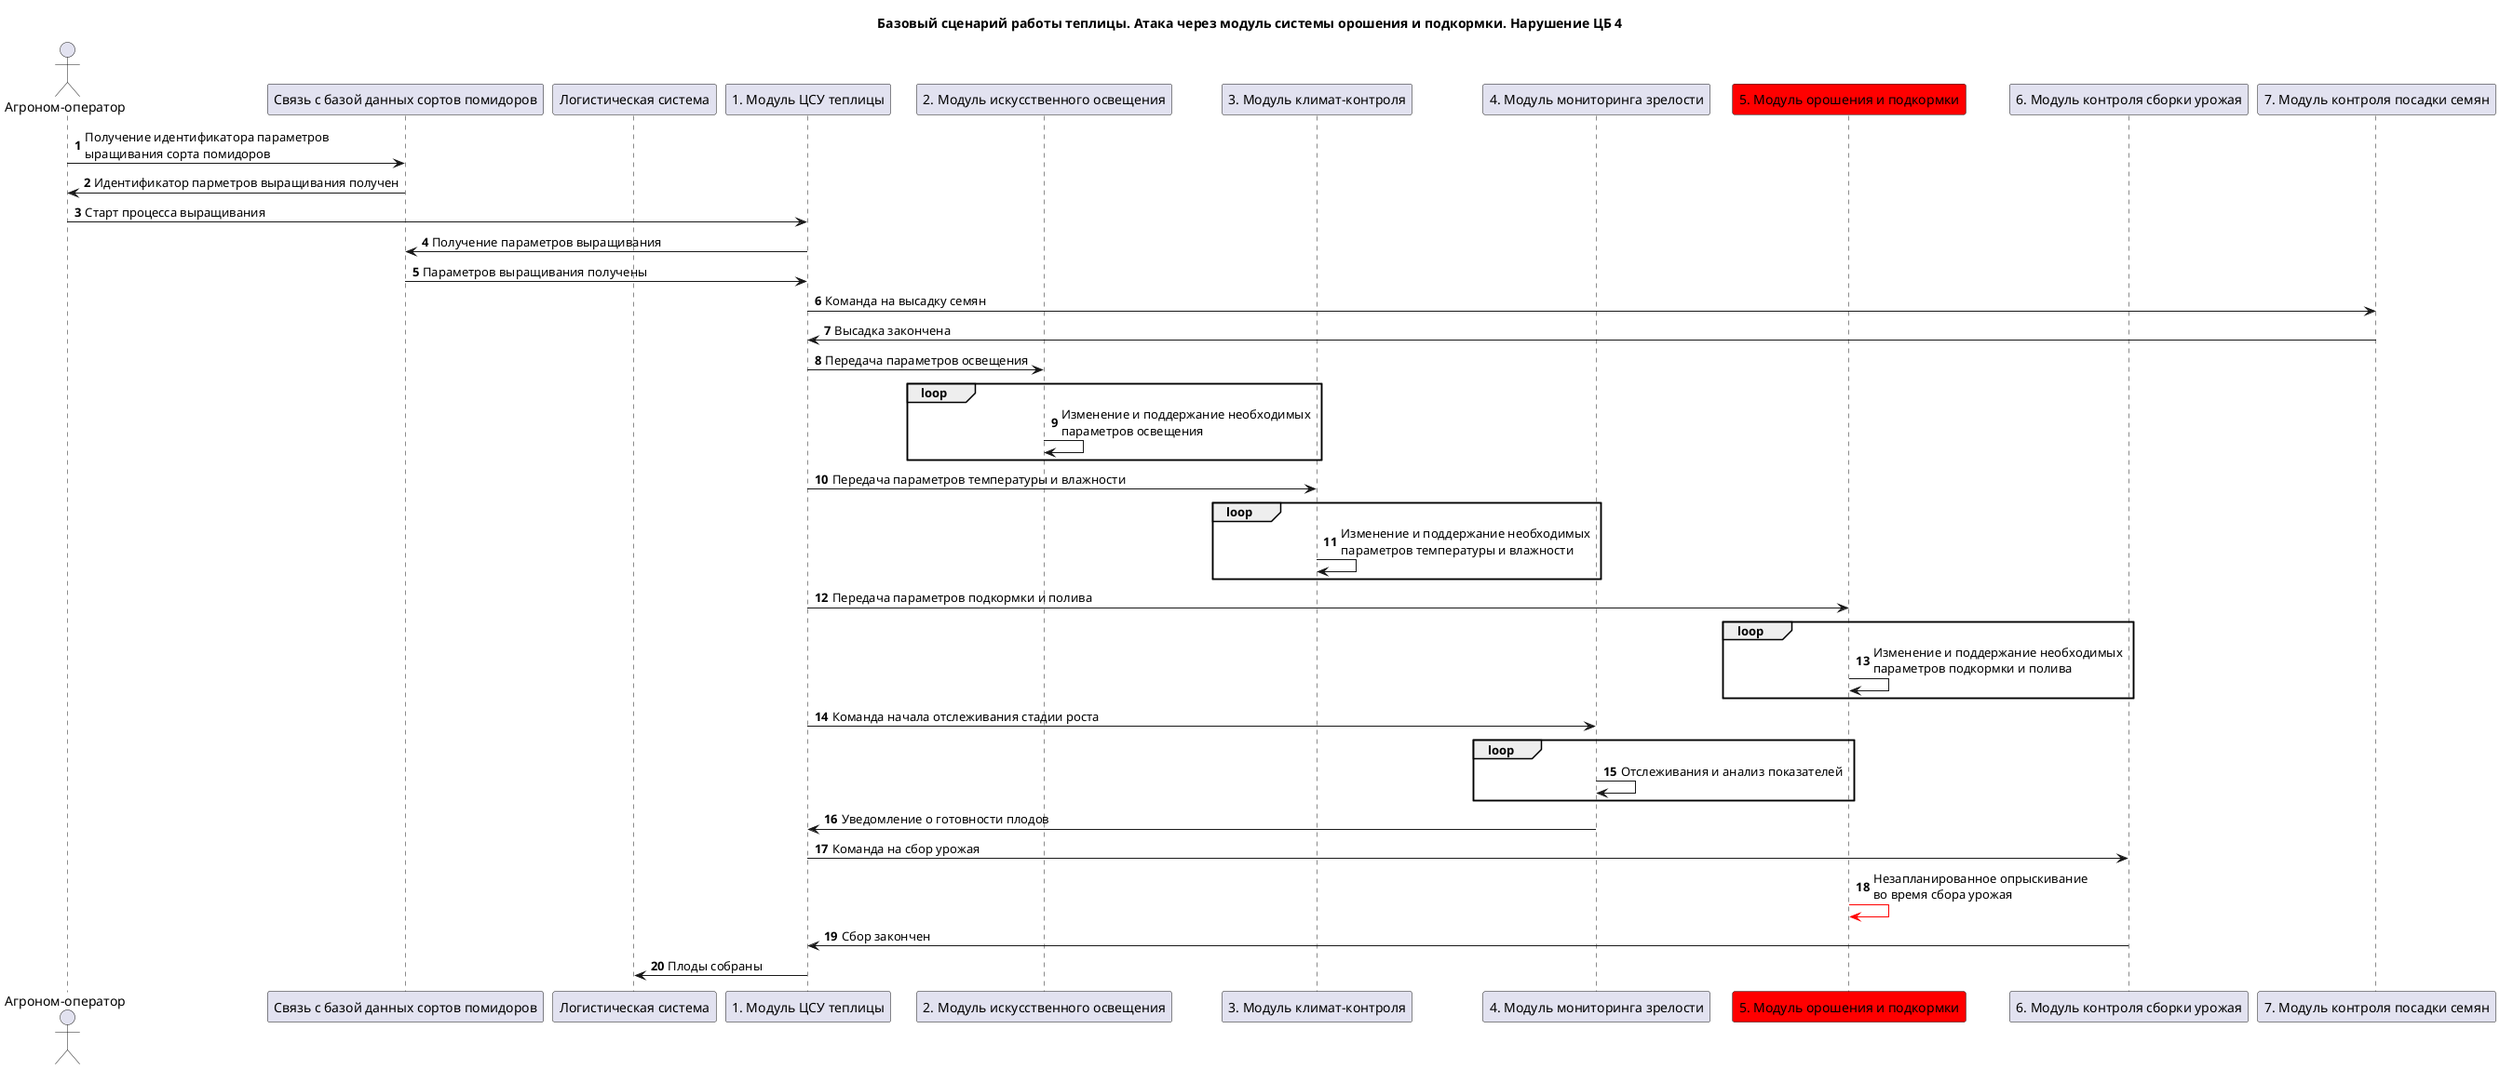
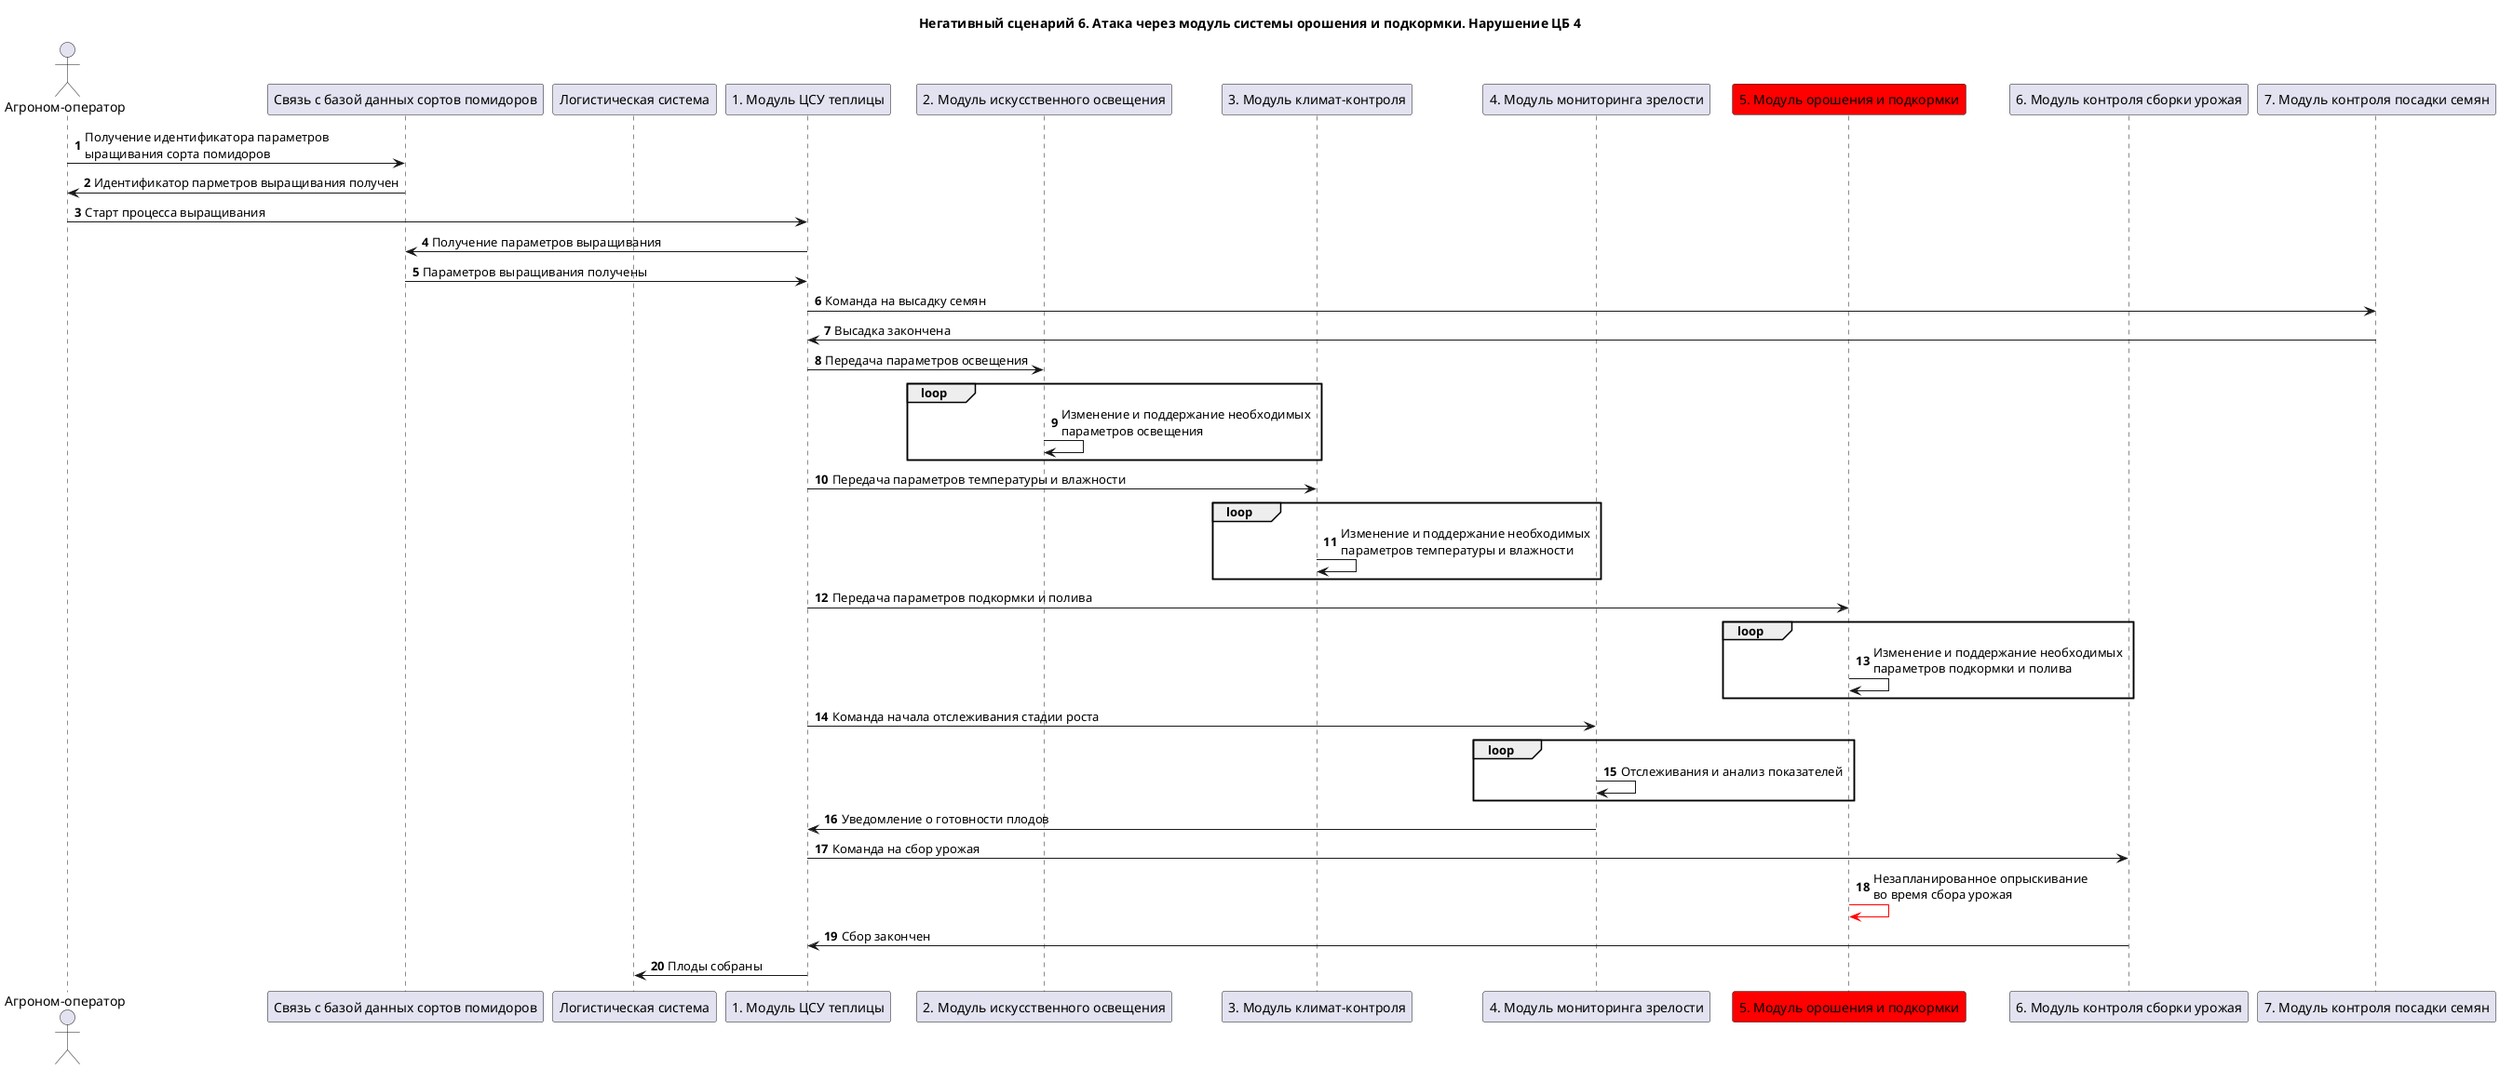
@startuml "ns-6"

- title "Базовый сценарий работы теплицы. Атака через модуль системы орошения и подкормки. Нарушение ЦБ 4"
+ title "Негативный сценарий 6. Атака через модуль системы орошения и подкормки. Нарушение ЦБ 4"

actor "Агроном-оператор" as operator
participant "Связь с базой данных сортов помидоров" as tomato_db
participant "Логистическая система" as logistics_system
participant "1. Модуль ЦСУ теплицы" as main_control_module
participant "2. Модуль искусственного освещения" as lighting_module
participant "3. Модуль климат-контроля" as climate_control_module
participant "4. Модуль мониторинга зрелости" as ripeness_monitor_module
participant "5. Модуль орошения и подкормки" as irrigation_module #red
participant "6. Модуль контроля сборки урожая" as harvesting_module
participant "7. Модуль контроля посадки семян" as planting_module

autonumber

operator -> tomato_db: Получение идентификатора параметров\nыращивания сорта помидоров
tomato_db -> operator: Идентификатор парметров выращивания получен

operator -> main_control_module: Старт процесса выращивания

main_control_module -> tomato_db: Получение параметров выращивания
tomato_db -> main_control_module: Параметров выращивания получены

main_control_module -> planting_module: Команда на высадку семян
planting_module -> main_control_module: Высадка закончена

main_control_module -> lighting_module: Передача параметров освещения
loop
lighting_module -> lighting_module: Изменение и поддержание необходимых\nпараметров освещения
end

main_control_module -> climate_control_module: Передача параметров температуры и влажности
loop
climate_control_module -> climate_control_module: Изменение и поддержание необходимых\nпараметров температуры и влажности
end

main_control_module -> irrigation_module: Передача параметров подкормки и полива
loop
irrigation_module -> irrigation_module: Изменение и поддержание необходимых\nпараметров подкормки и полива
end

main_control_module -> ripeness_monitor_module: Команда начала отслеживания стадии роста
loop
ripeness_monitor_module -> ripeness_monitor_module: Отслеживания и анализ показателей
end

ripeness_monitor_module -> main_control_module: Уведомление о готовности плодов

main_control_module -> harvesting_module: Команда на сбор урожая
irrigation_module -[#red]> irrigation_module: Незапланированное опрыскивание\nво время сбора урожая
harvesting_module -> main_control_module: Сбор закончен

main_control_module -> logistics_system: Плоды собраны

@enduml